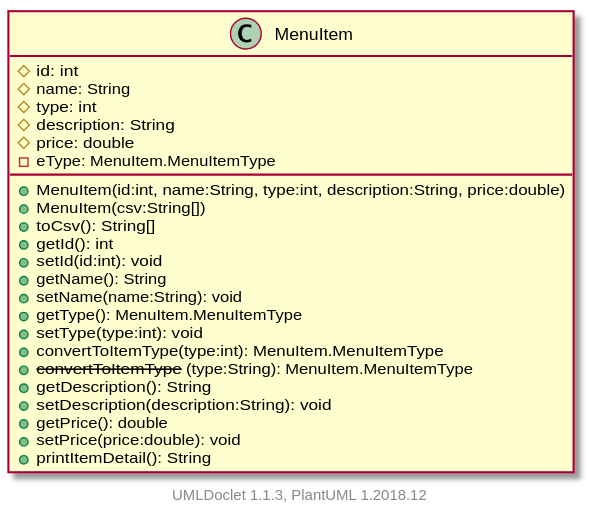
Above: projects/oodp/html/umlversion/uml/sg.edu.ntu.scse.cz2002.objects.menuitem.MenuItem.svg in itachi1706/How-to-use-Git-NTUSCSE1819-Site (PlantUML), before the change.
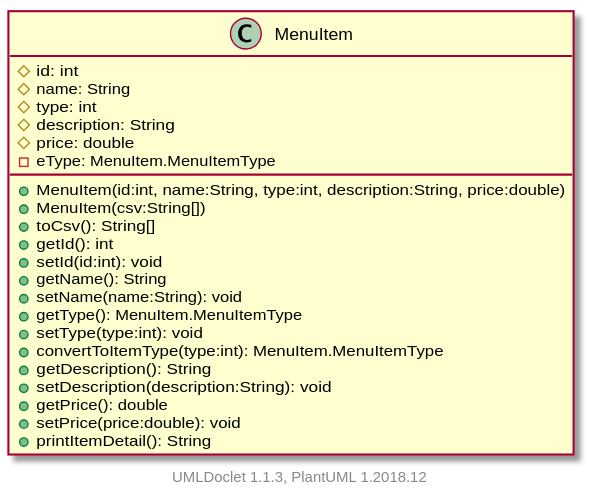
After the commit.

The edit, as a diff of the source:
```diff
@@ -17,7 +17,6 @@
         +getType(): MenuItem.MenuItemType
         +setType(type:int): void
         +convertToItemType(type:int): MenuItem.MenuItemType
-        + --convertToItemType-- (type:String): MenuItem.MenuItemType
         +getDescription(): String
         +setDescription(description:String): void
         +getPrice(): double
```
